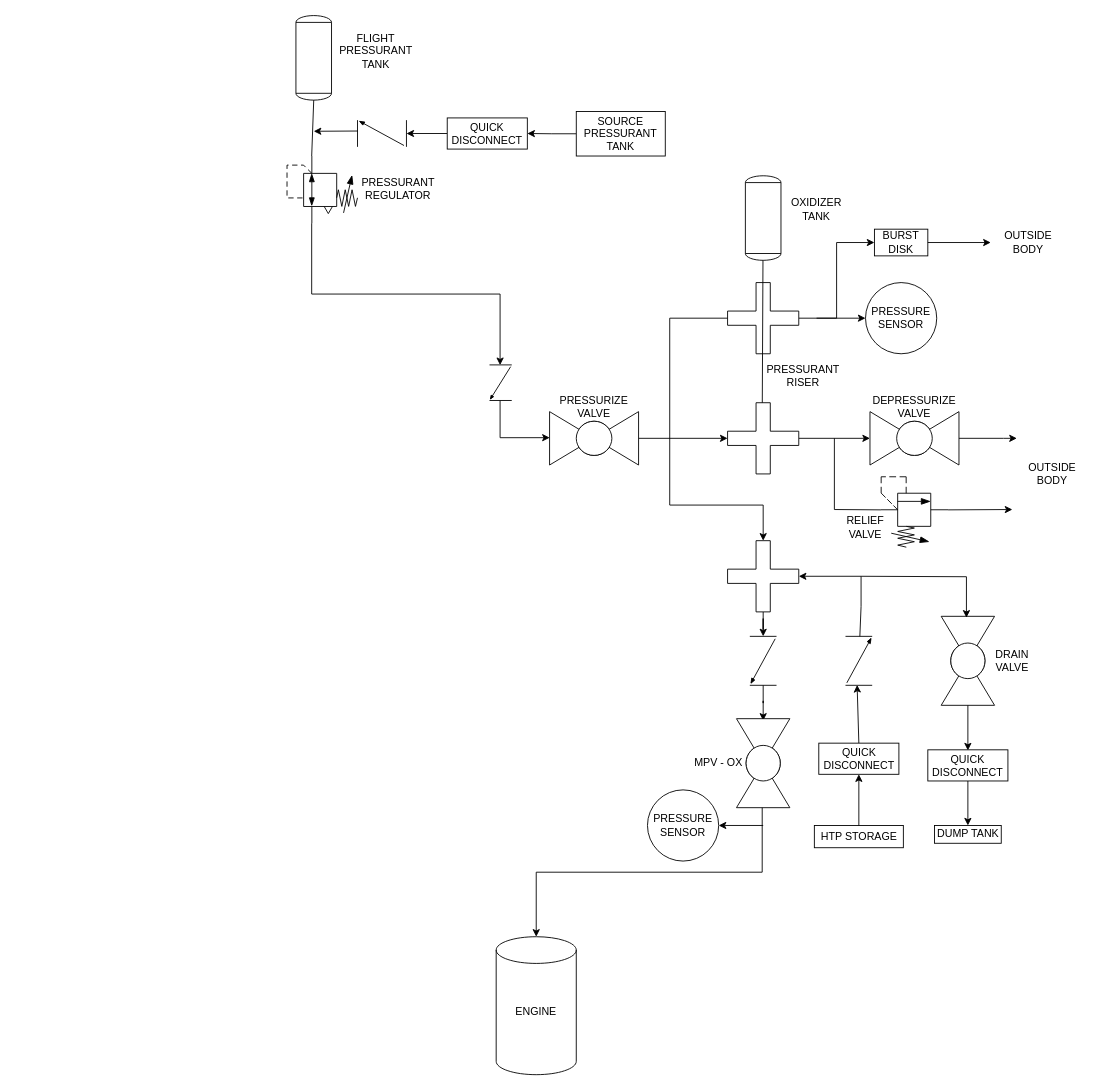
Earlier version of the draw.io diagram page "Page-1" (1 of 2) of ZEPHYR-X1000.drawio (jaredhumphreys3141/ZEPHYR-X1000). Source tidied: cells renumbered, new cells numbered last; positions are measured from the earlier drawing's top-left corner, leaving out a move shared by most shapes. Both pictures are drawn from the tidied source at 89%, with x=0, y=0 at pixel (287, 15).
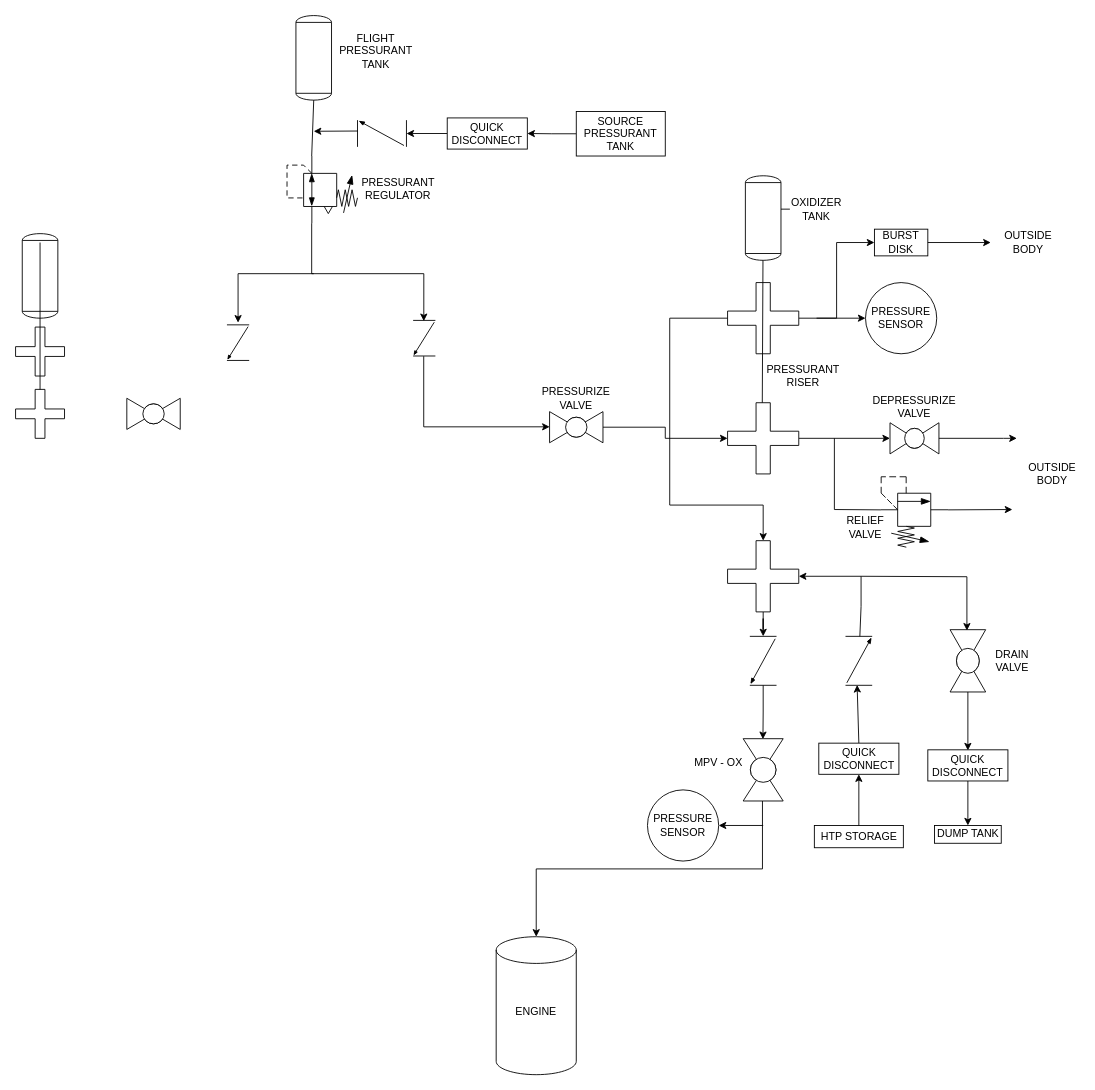
The same page after the edit.

Unchanged cells that the change refers to:
```xml
<mxCell id="4" style="verticalLabelPosition=bottom;html=1;verticalAlign=top;fillColor=strokeColor;align=center;outlineConnect=0;shape=mxgraph.fluid_power.x10540;points=[[0.35,0,0],[0.35,1,0]];" parent="1" vertex="1">
  <mxGeometry y="157.8" width="79.2" height="75.5" as="geometry" />
</mxCell>
<mxCell id="8" value="OXIDIZER TANK" style="text;html=1;whiteSpace=wrap;strokeColor=none;fillColor=none;align=center;verticalAlign=middle;rounded=0;" parent="1" vertex="1">
  <mxGeometry x="565" y="202.5" width="60" height="30" as="geometry" />
</mxCell>
<mxCell id="31" style="verticalLabelPosition=bottom;align=center;html=1;verticalAlign=top;dashed=0;shape=mxgraph.pid2valves.valve;valveType=check;rotation=90;" parent="1" vertex="1">
  <mxGeometry x="507.5" y="710" width="55" height="30" as="geometry" />
</mxCell>
<mxCell id="33" style="shape=mxgraph.pid.vessels.tank;html=1;align=center;verticalLabelPosition=bottom;verticalAlign=top;dashed=0;" parent="1" vertex="1">
  <mxGeometry x="515" y="180" width="40" height="95" as="geometry" />
</mxCell>
<mxCell id="42" style="group;" parent="1" vertex="1">
  <mxGeometry x="455" y="810" width="130" height="60" as="geometry" />
</mxCell>
```

Change to the diagram source:
```diff
@@
-    <mxCell id="3" style="edgeStyle=orthogonalEdgeStyle;rounded=0;jettySize=auto;html=1;exitX=0.35;exitY=1;exitDx=0;exitDy=0;exitPerimeter=0;entryX=0.006;entryY=0.524;entryDx=0;entryDy=0;entryPerimeter=0;" parent="1" edge="1" source="4" target="22">
-      <mxGeometry relative="1" as="geometry" />
-    </mxCell>
@@
+    <mxCell id="73" style="edgeStyle=orthogonalEdgeStyle;rounded=0;jettySize=auto;html=1;" parent="1" edge="1" source="8" target="33">
+      <mxGeometry relative="1" as="geometry" />
+    </mxCell>
@@
     <mxCell id="12" style="verticalLabelPosition=bottom;align=center;html=1;verticalAlign=top;dashed=0;shape=mxgraph.pid2valves.valve;valveType=ball;rotation=-90;" parent="1" vertex="1">
-      <mxGeometry x="715" y="695" width="100" height="60" as="geometry" />
+      <mxGeometry x="730" y="705" width="70" height="40" as="geometry" />
     </mxCell>
@@
     <mxCell id="17" style="verticalLabelPosition=bottom;align=center;html=1;verticalAlign=top;dashed=0;shape=mxgraph.pid2valves.valve;valveType=ball;" parent="1" vertex="1">
-      <mxGeometry x="295" y="445" width="100" height="60" as="geometry" />
+      <mxGeometry x="295" y="445" width="60" height="35" as="geometry" />
     </mxCell>
     <mxCell id="18" value="PRESSURIZE VALVE" style="text;html=1;whiteSpace=wrap;strokeColor=none;fillColor=none;align=center;verticalAlign=middle;rounded=0;" parent="1" vertex="1">
-      <mxGeometry x="315" y="425" width="60" height="30" as="geometry" />
+      <mxGeometry x="295" y="415" width="60" height="30" as="geometry" />
     </mxCell>
     <mxCell id="19" style="verticalLabelPosition=bottom;align=center;html=1;verticalAlign=top;dashed=0;shape=mxgraph.pid2valves.valve;valveType=ball;" parent="1" vertex="1">
-      <mxGeometry x="655" y="445" width="100" height="60" as="geometry" />
+      <mxGeometry x="677.5" y="457.5" width="55" height="35" as="geometry" />
     </mxCell>
@@
     <mxCell id="22" style="verticalLabelPosition=bottom;align=center;html=1;verticalAlign=top;dashed=0;shape=mxgraph.pid2valves.valve;valveType=check;rotation=90;" parent="1" vertex="1">
-      <mxGeometry x="220" y="400" width="40" height="25" as="geometry" />
+      <mxGeometry x="134.2" y="350" width="40" height="25" as="geometry" />
     </mxCell>
@@
-    <mxCell id="30" style="edgeStyle=orthogonalEdgeStyle;rounded=0;jettySize=auto;html=1;entryX=0.977;entryY=0.5;entryDx=0;entryDy=0;entryPerimeter=0;" parent="1" edge="1" source="31" target="43">
+    <mxCell id="30" style="edgeStyle=orthogonalEdgeStyle;rounded=0;jettySize=auto;html=1;entryX=0.993;entryY=0.494;entryDx=0;entryDy=0;entryPerimeter=0;" parent="1" edge="1" source="31" target="43">
       <mxGeometry relative="1" as="geometry" />
     </mxCell>
@@
     <mxCell id="43" style="verticalLabelPosition=bottom;align=center;html=1;verticalAlign=top;dashed=0;shape=mxgraph.pid2valves.valve;valveType=ball;rotation=-90;" parent="42" vertex="1">
-      <mxGeometry x="30" width="100" height="60" as="geometry" />
+      <mxGeometry x="45" y="15" width="70" height="45" as="geometry" />
     </mxCell>
@@
+    <mxCell id="74" style="group;" parent="1" vertex="1">
+      <mxGeometry x="-305" y="245" width="55" height="230" as="geometry" />
+    </mxCell>
+    <mxCell id="75" style="shape=cross;whiteSpace=wrap;html=1;" parent="74" vertex="1">
+      <mxGeometry y="105" width="55" height="55" as="geometry" />
+    </mxCell>
+    <mxCell id="76" style="shape=mxgraph.pid.vessels.tank;html=1;align=center;verticalLabelPosition=bottom;verticalAlign=top;dashed=0;" parent="74" vertex="1">
+      <mxGeometry x="7.5" width="40" height="95" as="geometry" />
+    </mxCell>
+    <mxCell id="77" style="endArrow=none;html=1;rounded=0;" parent="74" edge="1">
+      <mxGeometry relative="1" as="geometry">
+        <mxPoint x="27.5" y="180" as="sourcePoint" />
+        <mxPoint x="27.5" y="10" as="targetPoint" />
+      </mxGeometry>
+    </mxCell>
+    <mxCell id="78" style="shape=cross;whiteSpace=wrap;html=1;" parent="74" vertex="1">
+      <mxGeometry y="175" width="55" height="55" as="geometry" />
+    </mxCell>
+    <mxCell id="3" style="endArrow=classic;html=1;rounded=0;exitX=0.35;exitY=1;exitDx=0;exitDy=0;exitPerimeter=0;edgeStyle=orthogonalEdgeStyle;entryX=0.021;entryY=0.521;entryDx=0;entryDy=0;entryPerimeter=0;endFill=1;" parent="1" edge="1" source="4" target="22">
+      <mxGeometry relative="1" as="geometry">
+        <Array as="points">
+          <mxPoint x="28" y="290" />
+          <mxPoint x="154" y="290" />
+        </Array>
+      </mxGeometry>
+    </mxCell>
+    <mxCell id="79" style="verticalLabelPosition=bottom;align=center;html=1;verticalAlign=top;dashed=0;shape=mxgraph.pid2valves.valve;valveType=ball;" parent="1" vertex="1">
+      <mxGeometry x="-180" y="430" width="60" height="35" as="geometry" />
+    </mxCell>
+    <mxCell id="80" style="verticalLabelPosition=bottom;align=center;html=1;verticalAlign=top;dashed=0;shape=mxgraph.pid2valves.valve;valveType=check;rotation=90;" parent="1" vertex="1">
+      <mxGeometry x="-75" y="355" width="40" height="25" as="geometry" />
+    </mxCell>
+    <mxCell id="81" style="endArrow=none;html=1;rounded=0;edgeStyle=orthogonalEdgeStyle;" parent="1" edge="1">
+      <mxGeometry relative="1" as="geometry">
+        <mxPoint x="-55" y="290" as="sourcePoint" />
+        <mxPoint x="30" y="290" as="targetPoint" />
+      </mxGeometry>
+    </mxCell>
+    <mxCell id="82" style="endArrow=classic;html=1;rounded=0;entryX=-0.062;entryY=0.5;entryDx=0;entryDy=0;entryPerimeter=0;" parent="1" edge="1" target="80">
+      <mxGeometry relative="1" as="geometry">
+        <mxPoint x="-55" y="290" as="sourcePoint" />
+      </mxGeometry>
+    </mxCell>
```
